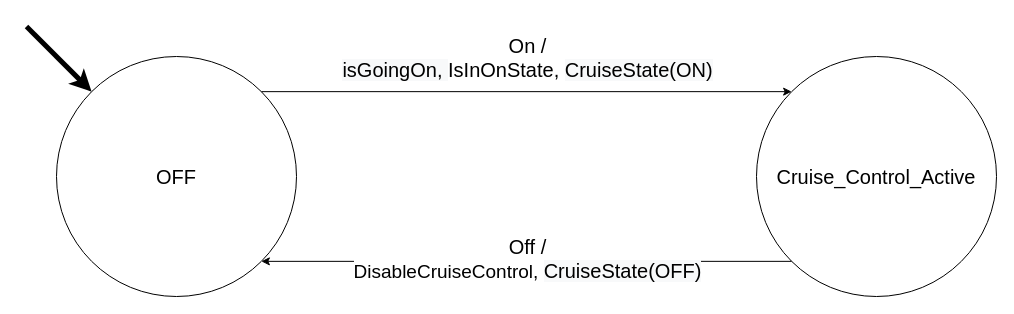
Earlier version of the draw.io diagram Diagrams/FSMs/Cruise_Control_FSM.drawio (jacoballen4534/Cruise-Controller). Source tidied: cells renumbered, new cells numbered last; positions are measured from the earlier drawing's top-left corner, leaving out a move shared by most shapes. Both pictures are drawn from the tidied source at 100%, with x=0, y=0 at pixel (26, 26).
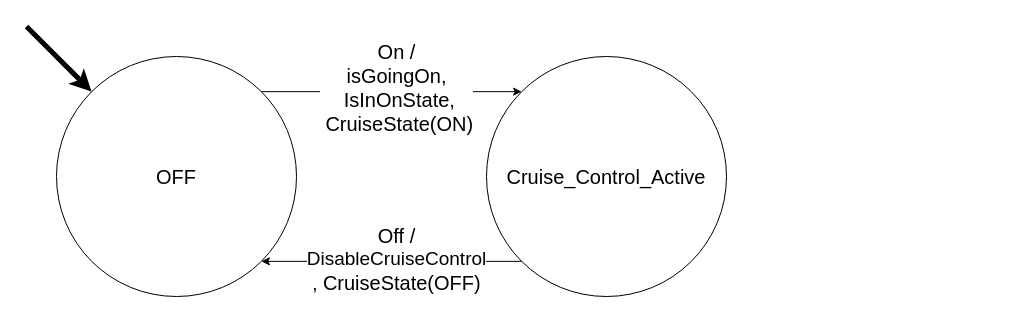
Above is the later version.

What changed in the source:
```diff
@@
 <mxGraphModel>
   <root>
     <mxCell id="0" />
     <mxCell id="1" parent="0" />
     <mxCell id="2" value="&lt;span style=&quot;font-size: 20px&quot;&gt;OFF&lt;/span&gt;" style="ellipse;whiteSpace=wrap;html=1;" parent="1" vertex="1">
       <mxGeometry x="30" y="30" width="240" height="240" as="geometry" />
     </mxCell>
     <mxCell id="3" value="&lt;font style=&quot;font-size: 20px&quot;&gt;Cruise_Control_Active&lt;/font&gt;" style="ellipse;whiteSpace=wrap;html=1;" parent="1" vertex="1">
-      <mxGeometry x="730" y="30" width="240" height="240" as="geometry" />
+      <mxGeometry x="460" y="30" width="240" height="240" as="geometry" />
     </mxCell>
     <mxCell id="4" style="endArrow=classic;html=1;entryX=0;entryY=0;entryDx=0;entryDy=0;exitX=1;exitY=0;exitDx=0;exitDy=0;" parent="1" edge="1" source="2" target="3">
       <mxGeometry relative="1" as="geometry" />
     </mxCell>
-    <mxCell id="5" value="&lt;font style=&quot;font-size: 20px&quot;&gt;On /&lt;br&gt;&lt;/font&gt;&lt;span style=&quot;font-size: 20px ; background-color: rgb(248 , 249 , 250)&quot;&gt;isGoingO&lt;/span&gt;&lt;font style=&quot;font-size: 20px&quot;&gt;&lt;span style=&quot;background-color: rgb(248 , 249 , 250)&quot;&gt;n,&amp;nbsp;&lt;/span&gt;IsInOnState,&amp;nbsp;&lt;span style=&quot;background-color: rgb(248 , 249 , 250)&quot;&gt;Cruise&lt;/span&gt;&lt;/font&gt;&lt;span style=&quot;font-size: 20px ; background-color: rgb(248 , 249 , 250)&quot;&gt;State(ON)&lt;/span&gt;" style="edgeLabel;html=1;align=center;verticalAlign=middle;" parent="4" vertex="1">
+    <mxCell id="5" value="&lt;font style=&quot;font-size: 20px&quot;&gt;On /&lt;br&gt;&lt;/font&gt;&lt;span style=&quot;font-size: 20px;&quot;&gt;isGoingO&lt;/span&gt;&lt;font style=&quot;font-size: 20px&quot;&gt;&lt;span style=&quot;&quot;&gt;n,&lt;br&gt;&amp;nbsp;&lt;/span&gt;IsInOnState,&lt;br&gt;&amp;nbsp;&lt;span style=&quot;&quot;&gt;Cruise&lt;/span&gt;&lt;/font&gt;&lt;span style=&quot;font-size: 20px;&quot;&gt;State(ON)&lt;/span&gt;" style="edgeLabel;html=1;align=center;verticalAlign=middle;labelBackgroundColor=#ffffff;" parent="4" vertex="1">
       <mxGeometry x="0.13" y="-3" relative="1" as="geometry">
-        <mxPoint x="-33.9" y="-38.1" as="offset" />
+        <mxPoint x="-11.9" y="-8.1" as="offset" />
       </mxGeometry>
     </mxCell>
     <mxCell id="6" style="endArrow=classic;html=1;entryX=0;entryY=0;entryDx=0;entryDy=0;strokeWidth=5;" parent="1" edge="1" target="2">
       <mxGeometry relative="1" as="geometry">
         <mxPoint as="sourcePoint" />
       </mxGeometry>
     </mxCell>
     <mxCell id="7" style="endArrow=classic;html=1;exitX=0;exitY=1;exitDx=0;exitDy=0;entryX=1;entryY=1;entryDx=0;entryDy=0;" parent="1" edge="1" source="3" target="2">
       <mxGeometry relative="1" as="geometry" />
     </mxCell>
-    <mxCell id="8" value="&lt;font style=&quot;font-size: 20px&quot;&gt;&lt;font style=&quot;font-size: 20px&quot;&gt;Off /&lt;br&gt;&lt;/font&gt;&lt;/font&gt;&lt;span style=&quot;font-size: 19px&quot;&gt;DisableCruiseControl,&amp;nbsp;&lt;/span&gt;&lt;span style=&quot;font-size: 20px ; background-color: rgb(248 , 249 , 250)&quot;&gt;CruiseState(OFF)&lt;/span&gt;" style="edgeLabel;html=1;align=center;verticalAlign=middle;" parent="7" vertex="1">
+    <mxCell id="8" value="&lt;font style=&quot;font-size: 20px&quot;&gt;&lt;font style=&quot;font-size: 20px&quot;&gt;Off /&lt;br&gt;&lt;/font&gt;&lt;/font&gt;&lt;span style=&quot;font-size: 19px&quot;&gt;DisableCruiseControl&lt;br&gt;,&amp;nbsp;&lt;/span&gt;&lt;span style=&quot;font-size: 20px;&quot;&gt;CruiseState(OFF)&lt;/span&gt;" style="edgeLabel;html=1;align=center;verticalAlign=middle;labelBackgroundColor=#ffffff;" parent="7" vertex="1">
       <mxGeometry x="-0.13" y="-2" relative="1" as="geometry">
-        <mxPoint x="-34.1" as="offset" />
+        <mxPoint x="-12.2" as="offset" />
       </mxGeometry>
     </mxCell>
   </root>
 </mxGraphModel>
```
